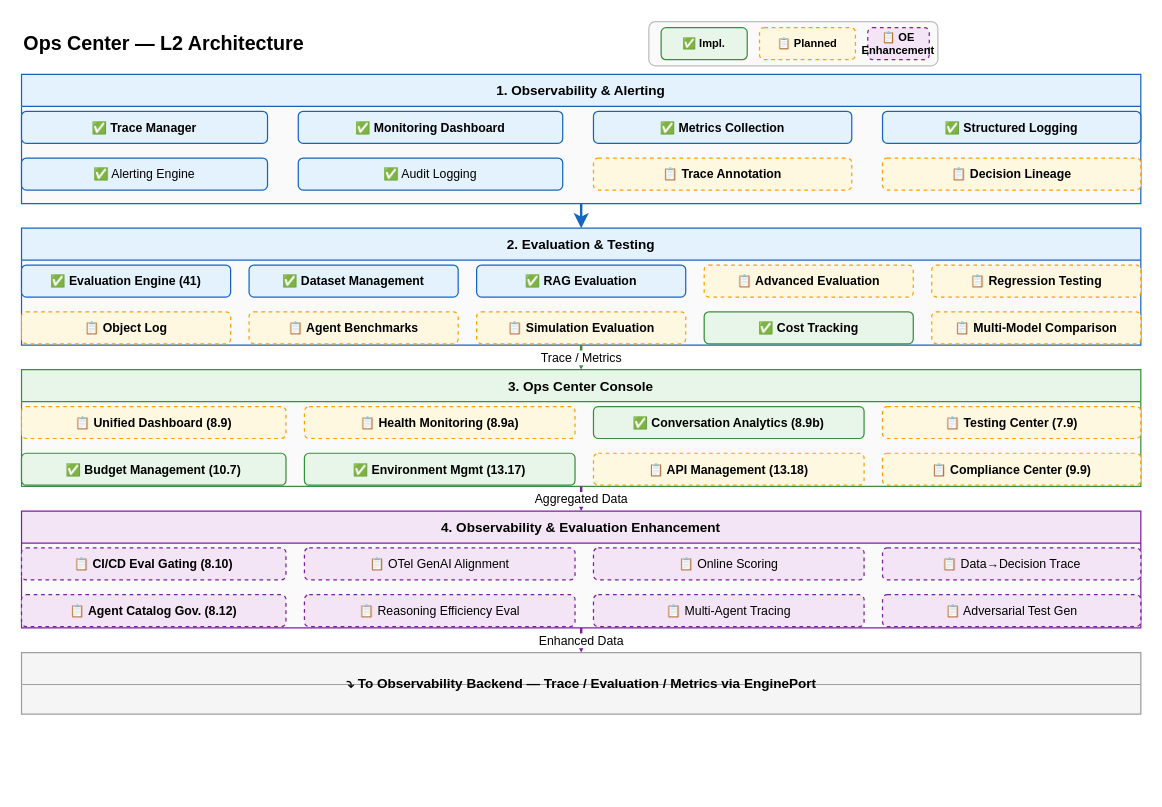
xueyufish/hecate keeps this draw.io diagram as docs/design/hardware/ops-center-l2.drawio. Above is the earlier version. Source tidied: cells renumbered, new cells numbered last; positions are measured from the earlier drawing's top-left corner, leaving out a move shared by most shapes. Both pictures are drawn from the tidied source at 123%, with x=0, y=0 at pixel (21, 21).
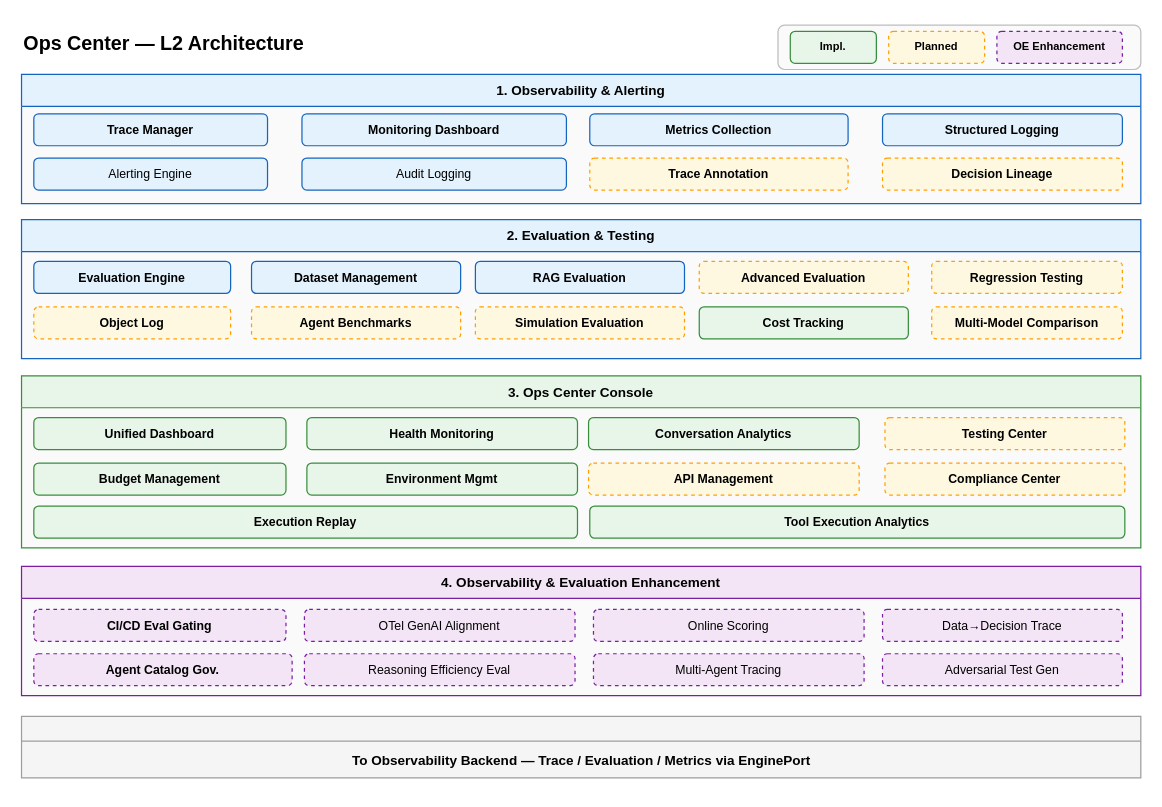
Above is the later version.

The change refers to these unchanged cells:
```xml
<mxCell id="7" value="1. Observability &amp; Alerting" style="swimlane;startSize=26;fillColor=#E3F2FD;strokeColor=#1565C0;fontSize=11;fontStyle=1;swimlaneFillColor=#FAFAFA;" parent="1" vertex="1">
  <mxGeometry y="43" width="910" height="105" as="geometry" />
</mxCell>
```

What changed in the source:
```diff
@@
     <mxCell id="2" style="rounded=1;whiteSpace=wrap;html=1;fillColor=#FAFAFA;strokeColor=#BDBDBD;strokeWidth=1;" parent="1" vertex="1">
-      <mxGeometry x="510" width="235" height="36" as="geometry" />
+      <mxGeometry x="615" y="3" width="295" height="36" as="geometry" />
     </mxCell>
-    <mxCell id="3" value="✅ Impl." style="rounded=1;whiteSpace=wrap;html=1;fillColor=#E8F5E9;strokeColor=#388E3C;fontSize=9;fontStyle=1;" parent="1" vertex="1">
-      <mxGeometry x="520" y="5" width="70" height="26" as="geometry" />
+    <mxCell id="3" value="Impl." style="rounded=1;whiteSpace=wrap;html=1;fillColor=#E8F5E9;strokeColor=#388E3C;fontSize=9;fontStyle=1;" parent="1" vertex="1">
+      <mxGeometry x="625" y="8" width="70" height="26" as="geometry" />
     </mxCell>
-    <mxCell id="4" value="📋 Planned" style="rounded=1;whiteSpace=wrap;html=1;fillColor=#FFF8E1;strokeColor=#FFA000;fontSize=9;fontStyle=1;dashed=1;" parent="1" vertex="1">
-      <mxGeometry x="600" y="5" width="78" height="26" as="geometry" />
+    <mxCell id="4" value="Planned" style="rounded=1;whiteSpace=wrap;html=1;fillColor=#FFF8E1;strokeColor=#FFA000;fontSize=9;fontStyle=1;dashed=1;" parent="1" vertex="1">
+      <mxGeometry x="705" y="8" width="78" height="26" as="geometry" />
     </mxCell>
-    <mxCell id="5" value="📋 OE Enhancement" style="rounded=1;whiteSpace=wrap;html=1;fillColor=#F3E5F5;strokeColor=#7B1FA2;fontSize=9;fontStyle=1;dashed=1;" parent="1" vertex="1">
-      <mxGeometry x="688" y="5" width="50" height="26" as="geometry" />
+    <mxCell id="5" value="OE Enhancement" style="rounded=1;whiteSpace=wrap;html=1;fillColor=#F3E5F5;strokeColor=#7B1FA2;fontSize=9;fontStyle=1;dashed=1;" parent="1" vertex="1">
+      <mxGeometry x="793" y="8" width="102" height="26" as="geometry" />
     </mxCell>
@@
-    <mxCell id="8" value="✅ Trace Manager" style="rounded=1;whiteSpace=wrap;html=1;fillColor=#E3F2FD;strokeColor=#1565C0;fontSize=10;fontStyle=1;" parent="7" vertex="1">
-      <mxGeometry y="30" width="200" height="26" as="geometry" />
+    <mxCell id="8" value="Trace Manager" style="rounded=1;whiteSpace=wrap;html=1;fillColor=#E3F2FD;strokeColor=#1565C0;fontSize=10;fontStyle=1;" parent="7" vertex="1">
+      <mxGeometry x="10" y="32" width="190" height="26" as="geometry" />
     </mxCell>
-    <mxCell id="9" value="✅ Monitoring Dashboard" style="rounded=1;whiteSpace=wrap;html=1;fillColor=#E3F2FD;strokeColor=#1565C0;fontSize=10;fontStyle=1;" parent="7" vertex="1">
-      <mxGeometry x="225" y="30" width="215" height="26" as="geometry" />
+    <mxCell id="9" value="Monitoring Dashboard" style="rounded=1;whiteSpace=wrap;html=1;fillColor=#E3F2FD;strokeColor=#1565C0;fontSize=10;fontStyle=1;" parent="7" vertex="1">
+      <mxGeometry x="228" y="32" width="215" height="26" as="geometry" />
     </mxCell>
-    <mxCell id="10" value="✅ Metrics Collection" style="rounded=1;whiteSpace=wrap;html=1;fillColor=#E3F2FD;strokeColor=#1565C0;fontSize=10;fontStyle=1;" parent="7" vertex="1">
-      <mxGeometry x="465" y="30" width="210" height="26" as="geometry" />
+    <mxCell id="10" value="Metrics Collection" style="rounded=1;whiteSpace=wrap;html=1;fillColor=#E3F2FD;strokeColor=#1565C0;fontSize=10;fontStyle=1;" parent="7" vertex="1">
+      <mxGeometry x="462" y="32" width="210" height="26" as="geometry" />
     </mxCell>
-    <mxCell id="11" value="✅ Structured Logging" style="rounded=1;whiteSpace=wrap;html=1;fillColor=#E3F2FD;strokeColor=#1565C0;fontSize=10;fontStyle=1;" parent="7" vertex="1">
-      <mxGeometry x="700" y="30" width="210" height="26" as="geometry" />
+    <mxCell id="11" value="Structured Logging" style="rounded=1;whiteSpace=wrap;html=1;fillColor=#E3F2FD;strokeColor=#1565C0;fontSize=10;fontStyle=1;" parent="7" vertex="1">
+      <mxGeometry x="700" y="32" width="195" height="26" as="geometry" />
     </mxCell>
-    <mxCell id="12" value="✅ Alerting Engine" style="rounded=1;whiteSpace=wrap;html=1;fillColor=#E3F2FD;strokeColor=#1565C0;fontSize=10;" parent="7" vertex="1">
-      <mxGeometry y="68" width="200" height="26" as="geometry" />
+    <mxCell id="12" value="Alerting Engine" style="rounded=1;whiteSpace=wrap;html=1;fillColor=#E3F2FD;strokeColor=#1565C0;fontSize=10;" parent="7" vertex="1">
+      <mxGeometry x="10" y="68" width="190" height="26" as="geometry" />
     </mxCell>
-    <mxCell id="13" value="✅ Audit Logging" style="rounded=1;whiteSpace=wrap;html=1;fillColor=#E3F2FD;strokeColor=#1565C0;fontSize=10;" parent="7" vertex="1">
-      <mxGeometry x="225" y="68" width="215" height="26" as="geometry" />
+    <mxCell id="13" value="Audit Logging" style="rounded=1;whiteSpace=wrap;html=1;fillColor=#E3F2FD;strokeColor=#1565C0;fontSize=10;" parent="7" vertex="1">
+      <mxGeometry x="228" y="68" width="215" height="26" as="geometry" />
     </mxCell>
-    <mxCell id="14" value="📋 Trace Annotation" style="rounded=1;whiteSpace=wrap;html=1;fillColor=#FFF8E1;strokeColor=#FFA000;fontSize=10;fontStyle=1;dashed=1;" parent="7" vertex="1">
-      <mxGeometry x="465" y="68" width="210" height="26" as="geometry" />
+    <mxCell id="14" value="Trace Annotation" style="rounded=1;whiteSpace=wrap;html=1;fillColor=#FFF8E1;strokeColor=#FFA000;fontSize=10;fontStyle=1;dashed=1;" parent="7" vertex="1">
+      <mxGeometry x="462" y="68" width="210" height="26" as="geometry" />
     </mxCell>
-    <mxCell id="15" value="📋 Decision Lineage" style="rounded=1;whiteSpace=wrap;html=1;fillColor=#FFF8E1;strokeColor=#FFA000;fontSize=10;fontStyle=1;dashed=1;" parent="7" vertex="1">
-      <mxGeometry x="700" y="68" width="210" height="26" as="geometry" />
+    <mxCell id="15" value="Decision Lineage" style="rounded=1;whiteSpace=wrap;html=1;fillColor=#FFF8E1;strokeColor=#FFA000;fontSize=10;fontStyle=1;dashed=1;" parent="7" vertex="1">
+      <mxGeometry x="700" y="68" width="195" height="26" as="geometry" />
     </mxCell>
     <mxCell id="16" value="2. Evaluation &amp; Testing" style="swimlane;startSize=26;fillColor=#E3F2FD;strokeColor=#1565C0;fontSize=11;fontStyle=1;swimlaneFillColor=#FAFAFA;" parent="1" vertex="1">
-      <mxGeometry y="168" width="910" height="95" as="geometry" />
+      <mxGeometry y="161" width="910" height="113" as="geometry" />
     </mxCell>
-    <mxCell id="17" value="✅ Evaluation Engine (41)" style="rounded=1;whiteSpace=wrap;html=1;fillColor=#E3F2FD;strokeColor=#1565C0;fontSize=10;fontStyle=1;" parent="16" vertex="1">
-      <mxGeometry y="30" width="170" height="26" as="geometry" />
+    <mxCell id="17" value="Evaluation Engine" style="rounded=1;whiteSpace=wrap;html=1;fillColor=#E3F2FD;strokeColor=#1565C0;fontSize=10;fontStyle=1;" parent="16" vertex="1">
+      <mxGeometry x="10" y="34" width="160" height="26" as="geometry" />
     </mxCell>
-    <mxCell id="18" value="✅ Dataset Management" style="rounded=1;whiteSpace=wrap;html=1;fillColor=#E3F2FD;strokeColor=#1565C0;fontSize=10;fontStyle=1;" parent="16" vertex="1">
-      <mxGeometry x="185" y="30" width="170" height="26" as="geometry" />
+    <mxCell id="18" value="Dataset Management" style="rounded=1;whiteSpace=wrap;html=1;fillColor=#E3F2FD;strokeColor=#1565C0;fontSize=10;fontStyle=1;" parent="16" vertex="1">
+      <mxGeometry x="187" y="34" width="170" height="26" as="geometry" />
     </mxCell>
-    <mxCell id="19" value="✅ RAG Evaluation" style="rounded=1;whiteSpace=wrap;html=1;fillColor=#E3F2FD;strokeColor=#1565C0;fontSize=10;fontStyle=1;" parent="16" vertex="1">
-      <mxGeometry x="370" y="30" width="170" height="26" as="geometry" />
+    <mxCell id="19" value="RAG Evaluation" style="rounded=1;whiteSpace=wrap;html=1;fillColor=#E3F2FD;strokeColor=#1565C0;fontSize=10;fontStyle=1;" parent="16" vertex="1">
+      <mxGeometry x="369" y="34" width="170" height="26" as="geometry" />
     </mxCell>
-    <mxCell id="20" value="📋 Advanced Evaluation" style="rounded=1;whiteSpace=wrap;html=1;fillColor=#FFF8E1;strokeColor=#FFA000;fontSize=10;fontStyle=1;dashed=1;" parent="16" vertex="1">
-      <mxGeometry x="555" y="30" width="170" height="26" as="geometry" />
+    <mxCell id="20" value="Advanced Evaluation" style="rounded=1;whiteSpace=wrap;html=1;fillColor=#FFF8E1;strokeColor=#FFA000;fontSize=10;fontStyle=1;dashed=1;" parent="16" vertex="1">
+      <mxGeometry x="551" y="34" width="170" height="26" as="geometry" />
     </mxCell>
-    <mxCell id="21" value="📋 Regression Testing" style="rounded=1;whiteSpace=wrap;html=1;fillColor=#FFF8E1;strokeColor=#FFA000;fontSize=10;fontStyle=1;dashed=1;" parent="16" vertex="1">
-      <mxGeometry x="740" y="30" width="170" height="26" as="geometry" />
+    <mxCell id="21" value="Regression Testing" style="rounded=1;whiteSpace=wrap;html=1;fillColor=#FFF8E1;strokeColor=#FFA000;fontSize=10;fontStyle=1;dashed=1;" parent="16" vertex="1">
+      <mxGeometry x="740" y="34" width="155" height="26" as="geometry" />
     </mxCell>
-    <mxCell id="22" value="📋 Object Log" style="rounded=1;whiteSpace=wrap;html=1;fillColor=#FFF8E1;strokeColor=#FFA000;fontSize=10;fontStyle=1;dashed=1;" parent="16" vertex="1">
-      <mxGeometry y="68" width="170" height="26" as="geometry" />
+    <mxCell id="22" value="Object Log" style="rounded=1;whiteSpace=wrap;html=1;fillColor=#FFF8E1;strokeColor=#FFA000;fontSize=10;fontStyle=1;dashed=1;" parent="16" vertex="1">
+      <mxGeometry x="10" y="71" width="160" height="26" as="geometry" />
     </mxCell>
-    <mxCell id="23" value="📋 Agent Benchmarks" style="rounded=1;whiteSpace=wrap;html=1;fillColor=#FFF8E1;strokeColor=#FFA000;fontSize=10;fontStyle=1;dashed=1;" parent="16" vertex="1">
-      <mxGeometry x="185" y="68" width="170" height="26" as="geometry" />
+    <mxCell id="23" value="Agent Benchmarks" style="rounded=1;whiteSpace=wrap;html=1;fillColor=#FFF8E1;strokeColor=#FFA000;fontSize=10;fontStyle=1;dashed=1;" parent="16" vertex="1">
+      <mxGeometry x="187" y="71" width="170" height="26" as="geometry" />
     </mxCell>
-    <mxCell id="24" value="📋 Simulation Evaluation" style="rounded=1;whiteSpace=wrap;html=1;fillColor=#FFF8E1;strokeColor=#FFA000;fontSize=10;fontStyle=1;dashed=1;" parent="16" vertex="1">
-      <mxGeometry x="370" y="68" width="170" height="26" as="geometry" />
+    <mxCell id="24" value="Simulation Evaluation" style="rounded=1;whiteSpace=wrap;html=1;fillColor=#FFF8E1;strokeColor=#FFA000;fontSize=10;fontStyle=1;dashed=1;" parent="16" vertex="1">
+      <mxGeometry x="369" y="71" width="170" height="26" as="geometry" />
     </mxCell>
-    <mxCell id="25" value="✅ Cost Tracking" style="rounded=1;whiteSpace=wrap;html=1;fillColor=#E8F5E9;strokeColor=#388E3C;fontSize=10;fontStyle=1;" parent="16" vertex="1">
-      <mxGeometry x="555" y="68" width="170" height="26" as="geometry" />
+    <mxCell id="25" value="Cost Tracking" style="rounded=1;whiteSpace=wrap;html=1;fillColor=#E8F5E9;strokeColor=#388E3C;fontSize=10;fontStyle=1;" parent="16" vertex="1">
+      <mxGeometry x="551" y="71" width="170" height="26" as="geometry" />
     </mxCell>
-    <mxCell id="26" value="📋 Multi-Model Comparison" style="rounded=1;whiteSpace=wrap;html=1;fillColor=#FFF8E1;strokeColor=#FFA000;fontSize=10;fontStyle=1;dashed=1;" parent="16" vertex="1">
-      <mxGeometry x="740" y="68" width="170" height="26" as="geometry" />
+    <mxCell id="26" value="Multi-Model Comparison" style="rounded=1;whiteSpace=wrap;html=1;fillColor=#FFF8E1;strokeColor=#FFA000;fontSize=10;fontStyle=1;dashed=1;" parent="16" vertex="1">
+      <mxGeometry x="740" y="71" width="155" height="26" as="geometry" />
     </mxCell>
     <mxCell id="27" value="3. Ops Center Console" style="swimlane;startSize=26;fillColor=#E8F5E9;strokeColor=#388E3C;fontSize=11;fontStyle=1;swimlaneFillColor=#FAFAFA;" parent="1" vertex="1">
-      <mxGeometry y="283" width="910" height="95" as="geometry" />
+      <mxGeometry y="288" width="910" height="140" as="geometry" />
     </mxCell>
-    <mxCell id="28" value="📋 Unified Dashboard (8.9)" style="rounded=1;whiteSpace=wrap;html=1;fillColor=#FFF8E1;strokeColor=#FFA000;fontSize=10;fontStyle=1;dashed=1;" parent="27" vertex="1">
-      <mxGeometry y="30" width="215" height="26" as="geometry" />
+    <mxCell id="28" value="Unified Dashboard" style="rounded=1;whiteSpace=wrap;html=1;fillColor=#E8F5E9;strokeColor=#388E3C;fontSize=10;fontStyle=1;" parent="27" vertex="1">
+      <mxGeometry x="10" y="34" width="205" height="26" as="geometry" />
     </mxCell>
-    <mxCell id="29" value="📋 Health Monitoring (8.9a)" style="rounded=1;whiteSpace=wrap;html=1;fillColor=#FFF8E1;strokeColor=#FFA000;fontSize=10;fontStyle=1;dashed=1;" parent="27" vertex="1">
-      <mxGeometry x="230" y="30" width="220" height="26" as="geometry" />
+    <mxCell id="29" value="Health Monitoring" style="rounded=1;whiteSpace=wrap;html=1;fillColor=#E8F5E9;strokeColor=#388E3C;fontSize=10;fontStyle=1;" parent="27" vertex="1">
+      <mxGeometry x="232" y="34" width="220" height="26" as="geometry" />
     </mxCell>
-    <mxCell id="30" value="✅ Conversation Analytics (8.9b)" style="rounded=1;whiteSpace=wrap;html=1;fillColor=#E8F5E9;strokeColor=#388E3C;fontSize=10;fontStyle=1;" parent="27" vertex="1">
-      <mxGeometry x="465" y="30" width="220" height="26" as="geometry" />
+    <mxCell id="30" value="Conversation Analytics" style="rounded=1;whiteSpace=wrap;html=1;fillColor=#E8F5E9;strokeColor=#388E3C;fontSize=10;fontStyle=1;" parent="27" vertex="1">
+      <mxGeometry x="461" y="34" width="220" height="26" as="geometry" />
     </mxCell>
-    <mxCell id="31" value="📋 Testing Center (7.9)" style="rounded=1;whiteSpace=wrap;html=1;fillColor=#FFF8E1;strokeColor=#FFA000;fontSize=10;fontStyle=1;dashed=1;" parent="27" vertex="1">
-      <mxGeometry x="700" y="30" width="210" height="26" as="geometry" />
+    <mxCell id="31" value="Testing Center" style="rounded=1;whiteSpace=wrap;html=1;fillColor=#FFF8E1;strokeColor=#FFA000;fontSize=10;fontStyle=1;dashed=1;" parent="27" vertex="1">
+      <mxGeometry x="702" y="34" width="195" height="26" as="geometry" />
     </mxCell>
-    <mxCell id="32" value="✅ Budget Management (10.7)" style="rounded=1;whiteSpace=wrap;html=1;fillColor=#E8F5E9;strokeColor=#388E3C;fontSize=10;fontStyle=1;" parent="27" vertex="1">
-      <mxGeometry y="68" width="215" height="26" as="geometry" />
+    <mxCell id="32" value="Budget Management" style="rounded=1;whiteSpace=wrap;html=1;fillColor=#E8F5E9;strokeColor=#388E3C;fontSize=10;fontStyle=1;" parent="27" vertex="1">
+      <mxGeometry x="10" y="71" width="205" height="26" as="geometry" />
     </mxCell>
-    <mxCell id="33" value="✅ Environment Mgmt (13.17)" style="rounded=1;whiteSpace=wrap;html=1;fillColor=#E8F5E9;strokeColor=#388E3C;fontSize=10;fontStyle=1;" parent="27" vertex="1">
-      <mxGeometry x="230" y="68" width="220" height="26" as="geometry" />
+    <mxCell id="33" value="Environment Mgmt" style="rounded=1;whiteSpace=wrap;html=1;fillColor=#E8F5E9;strokeColor=#388E3C;fontSize=10;fontStyle=1;" parent="27" vertex="1">
+      <mxGeometry x="232" y="71" width="220" height="26" as="geometry" />
     </mxCell>
-    <mxCell id="34" value="📋 API Management (13.18)" style="rounded=1;whiteSpace=wrap;html=1;fillColor=#FFF8E1;strokeColor=#FFA000;fontSize=10;fontStyle=1;dashed=1;" parent="27" vertex="1">
-      <mxGeometry x="465" y="68" width="220" height="26" as="geometry" />
+    <mxCell id="34" value="API Management" style="rounded=1;whiteSpace=wrap;html=1;fillColor=#FFF8E1;strokeColor=#FFA000;fontSize=10;fontStyle=1;dashed=1;" parent="27" vertex="1">
+      <mxGeometry x="461" y="71" width="220" height="26" as="geometry" />
     </mxCell>
-    <mxCell id="35" value="📋 Compliance Center (9.9)" style="rounded=1;whiteSpace=wrap;html=1;fillColor=#FFF8E1;strokeColor=#FFA000;fontSize=10;fontStyle=1;dashed=1;" parent="27" vertex="1">
-      <mxGeometry x="700" y="68" width="210" height="26" as="geometry" />
+    <mxCell id="35" value="Compliance Center" style="rounded=1;whiteSpace=wrap;html=1;fillColor=#FFF8E1;strokeColor=#FFA000;fontSize=10;fontStyle=1;dashed=1;" parent="27" vertex="1">
+      <mxGeometry x="702" y="71" width="195" height="26" as="geometry" />
     </mxCell>
+    <mxCell id="51" value="Execution Replay" style="rounded=1;whiteSpace=wrap;html=1;fillColor=#E8F5E9;strokeColor=#388E3C;fontSize=10;fontStyle=1;" parent="27" vertex="1">
+      <mxGeometry x="10" y="106" width="442" height="26" as="geometry" />
+    </mxCell>
+    <mxCell id="52" value="Tool Execution Analytics" style="rounded=1;whiteSpace=wrap;html=1;fillColor=#E8F5E9;strokeColor=#388E3C;fontSize=10;fontStyle=1;" parent="27" vertex="1">
+      <mxGeometry x="462" y="106" width="435" height="26" as="geometry" />
+    </mxCell>
     <mxCell id="36" value="4. Observability &amp; Evaluation Enhancement" style="swimlane;startSize=26;fillColor=#F3E5F5;strokeColor=#7B1FA2;fontSize=11;fontStyle=1;swimlaneFillColor=#FAFAFA;" parent="1" vertex="1">
-      <mxGeometry y="398" width="910" height="95" as="geometry" />
+      <mxGeometry y="443" width="910" height="105" as="geometry" />
     </mxCell>
-    <mxCell id="37" value="📋 CI/CD Eval Gating (8.10)" style="rounded=1;whiteSpace=wrap;html=1;fillColor=#F3E5F5;strokeColor=#7B1FA2;fontSize=10;fontStyle=1;dashed=1;" parent="36" vertex="1">
-      <mxGeometry y="30" width="215" height="26" as="geometry" />
+    <mxCell id="37" value="CI/CD Eval Gating" style="rounded=1;whiteSpace=wrap;html=1;fillColor=#F3E5F5;strokeColor=#7B1FA2;fontSize=10;fontStyle=1;dashed=1;" parent="36" vertex="1">
+      <mxGeometry x="10" y="35" width="205" height="26" as="geometry" />
     </mxCell>
-    <mxCell id="38" value="📋 OTel GenAI Alignment" style="rounded=1;whiteSpace=wrap;html=1;fillColor=#F3E5F5;strokeColor=#7B1FA2;fontSize=10;dashed=1;" parent="36" vertex="1">
-      <mxGeometry x="230" y="30" width="220" height="26" as="geometry" />
+    <mxCell id="38" value="OTel GenAI Alignment" style="rounded=1;whiteSpace=wrap;html=1;fillColor=#F3E5F5;strokeColor=#7B1FA2;fontSize=10;dashed=1;" parent="36" vertex="1">
+      <mxGeometry x="230" y="35" width="220" height="26" as="geometry" />
     </mxCell>
-    <mxCell id="39" value="📋 Online Scoring" style="rounded=1;whiteSpace=wrap;html=1;fillColor=#F3E5F5;strokeColor=#7B1FA2;fontSize=10;dashed=1;" parent="36" vertex="1">
-      <mxGeometry x="465" y="30" width="220" height="26" as="geometry" />
+    <mxCell id="39" value="Online Scoring" style="rounded=1;whiteSpace=wrap;html=1;fillColor=#F3E5F5;strokeColor=#7B1FA2;fontSize=10;dashed=1;" parent="36" vertex="1">
+      <mxGeometry x="465" y="35" width="220" height="26" as="geometry" />
     </mxCell>
-    <mxCell id="40" value="📋 Data→Decision Trace" style="rounded=1;whiteSpace=wrap;html=1;fillColor=#F3E5F5;strokeColor=#7B1FA2;fontSize=10;dashed=1;" parent="36" vertex="1">
-      <mxGeometry x="700" y="30" width="210" height="26" as="geometry" />
+    <mxCell id="40" value="Data→Decision Trace" style="rounded=1;whiteSpace=wrap;html=1;fillColor=#F3E5F5;strokeColor=#7B1FA2;fontSize=10;dashed=1;" parent="36" vertex="1">
+      <mxGeometry x="700" y="35" width="195" height="26" as="geometry" />
     </mxCell>
-    <mxCell id="41" value="📋 Agent Catalog Gov. (8.12)" style="rounded=1;whiteSpace=wrap;html=1;fillColor=#F3E5F5;strokeColor=#7B1FA2;fontSize=10;fontStyle=1;dashed=1;" parent="36" vertex="1">
-      <mxGeometry y="68" width="215" height="26" as="geometry" />
+    <mxCell id="41" value="Agent Catalog Gov." style="rounded=1;whiteSpace=wrap;html=1;fillColor=#F3E5F5;strokeColor=#7B1FA2;fontSize=10;fontStyle=1;dashed=1;" parent="36" vertex="1">
+      <mxGeometry x="10" y="71" width="210" height="26" as="geometry" />
     </mxCell>
-    <mxCell id="42" value="📋 Reasoning Efficiency Eval" style="rounded=1;whiteSpace=wrap;html=1;fillColor=#F3E5F5;strokeColor=#7B1FA2;fontSize=10;dashed=1;" parent="36" vertex="1">
-      <mxGeometry x="230" y="68" width="220" height="26" as="geometry" />
+    <mxCell id="42" value="Reasoning Efficiency Eval" style="rounded=1;whiteSpace=wrap;html=1;fillColor=#F3E5F5;strokeColor=#7B1FA2;fontSize=10;dashed=1;" parent="36" vertex="1">
+      <mxGeometry x="230" y="71" width="220" height="26" as="geometry" />
     </mxCell>
-    <mxCell id="43" value="📋 Multi-Agent Tracing" style="rounded=1;whiteSpace=wrap;html=1;fillColor=#F3E5F5;strokeColor=#7B1FA2;fontSize=10;dashed=1;" parent="36" vertex="1">
-      <mxGeometry x="465" y="68" width="220" height="26" as="geometry" />
+    <mxCell id="43" value="Multi-Agent Tracing" style="rounded=1;whiteSpace=wrap;html=1;fillColor=#F3E5F5;strokeColor=#7B1FA2;fontSize=10;dashed=1;" parent="36" vertex="1">
+      <mxGeometry x="465" y="71" width="220" height="26" as="geometry" />
     </mxCell>
-    <mxCell id="44" value="📋 Adversarial Test Gen" style="rounded=1;whiteSpace=wrap;html=1;fillColor=#F3E5F5;strokeColor=#7B1FA2;fontSize=10;dashed=1;" parent="36" vertex="1">
-      <mxGeometry x="700" y="68" width="210" height="26" as="geometry" />
+    <mxCell id="44" value="Adversarial Test Gen" style="rounded=1;whiteSpace=wrap;html=1;fillColor=#F3E5F5;strokeColor=#7B1FA2;fontSize=10;dashed=1;" parent="36" vertex="1">
+      <mxGeometry x="700" y="71" width="195" height="26" as="geometry" />
     </mxCell>
-    <mxCell id="45" style="swimlane;startSize=26;fillColor=#F5F5F5;strokeColor=#9E9E9E;fontSize=11;fontStyle=1;swimlaneFillColor=#F5F5F5;" parent="1" vertex="1">
-      <mxGeometry y="513" width="910" height="50" as="geometry" />
+    <mxCell id="45" style="swimlane;startSize=20;fillColor=#F5F5F5;strokeColor=#9E9E9E;fontSize=11;fontStyle=1;swimlaneFillColor=#F5F5F5;" parent="1" vertex="1">
+      <mxGeometry y="565" width="910" height="50" as="geometry" />
     </mxCell>
-    <mxCell id="46" value="⤵  To Observability Backend — Trace / Evaluation / Metrics via EnginePort" style="text;html=1;fontSize=11;fontStyle=1;align=center;verticalAlign=middle;fillColor=none;strokeColor=none;" parent="45" vertex="1">
-      <mxGeometry x="155" y="5" width="600" height="40" as="geometry" />
+    <mxCell id="46" value="To Observability Backend — Trace / Evaluation / Metrics via EnginePort" style="text;html=1;fontSize=11;fontStyle=1;align=center;verticalAlign=middle;fillColor=none;strokeColor=none;" parent="45" vertex="1">
+      <mxGeometry x="155" y="16" width="600" height="40" as="geometry" />
     </mxCell>
-    <mxCell id="47" style="edgeStyle=orthogonalEdgeStyle;rounded=1;jettySize=auto;html=1;strokeColor=#1565C0;strokeWidth=2;exitX=0.5;exitY=1;exitDx=0;exitDy=0;entryX=0.5;entryY=0;entryDx=0;entryDy=0;" parent="1" edge="1" source="7" target="16">
-      <mxGeometry relative="1" as="geometry" />
-    </mxCell>
-    <mxCell id="48" value="Trace / Metrics" style="edgeStyle=orthogonalEdgeStyle;rounded=1;jettySize=auto;html=1;strokeColor=#388E3C;strokeWidth=2;fontSize=10;exitX=0.5;exitY=1;exitDx=0;exitDy=0;entryX=0.5;entryY=0;entryDx=0;entryDy=0;" parent="1" edge="1" source="16" target="27">
-      <mxGeometry relative="1" as="geometry" />
-    </mxCell>
-    <mxCell id="49" value="Aggregated Data" style="edgeStyle=orthogonalEdgeStyle;rounded=1;jettySize=auto;html=1;strokeColor=#7B1FA2;strokeWidth=2;fontSize=10;exitX=0.5;exitY=1;exitDx=0;exitDy=0;entryX=0.5;entryY=0;entryDx=0;entryDy=0;" parent="1" edge="1" source="27" target="36">
-      <mxGeometry relative="1" as="geometry" />
-    </mxCell>
-    <mxCell id="50" value="Enhanced Data" style="edgeStyle=orthogonalEdgeStyle;rounded=1;jettySize=auto;html=1;strokeColor=#7B1FA2;strokeWidth=2;fontSize=10;exitX=0.5;exitY=1;exitDx=0;exitDy=0;entryX=0.5;entryY=0;entryDx=0;entryDy=0;" parent="1" edge="1" source="36" target="45">
-      <mxGeometry relative="1" as="geometry" />
-    </mxCell>
```
